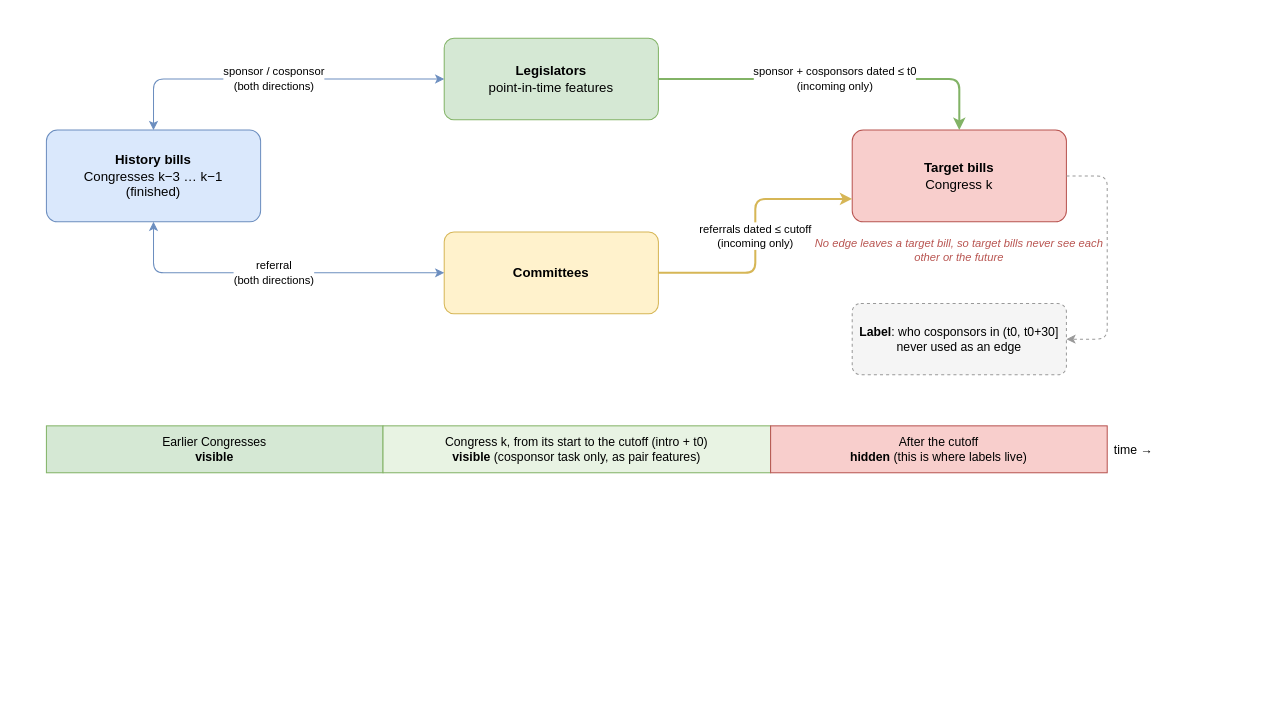
Before: docs/figures/fig_leakfree_graph.drawio in AlexRivas502/cs224w-bill-cosponsor-prediction, a draw.io diagram. Source tidied: cells renumbered, new cells numbered last; positions are measured from the earlier drawing's top-left corner, leaving out a move shared by most shapes. Both pictures are drawn from the tidied source at 102%, with x=0, y=0 at pixel (46, 38).
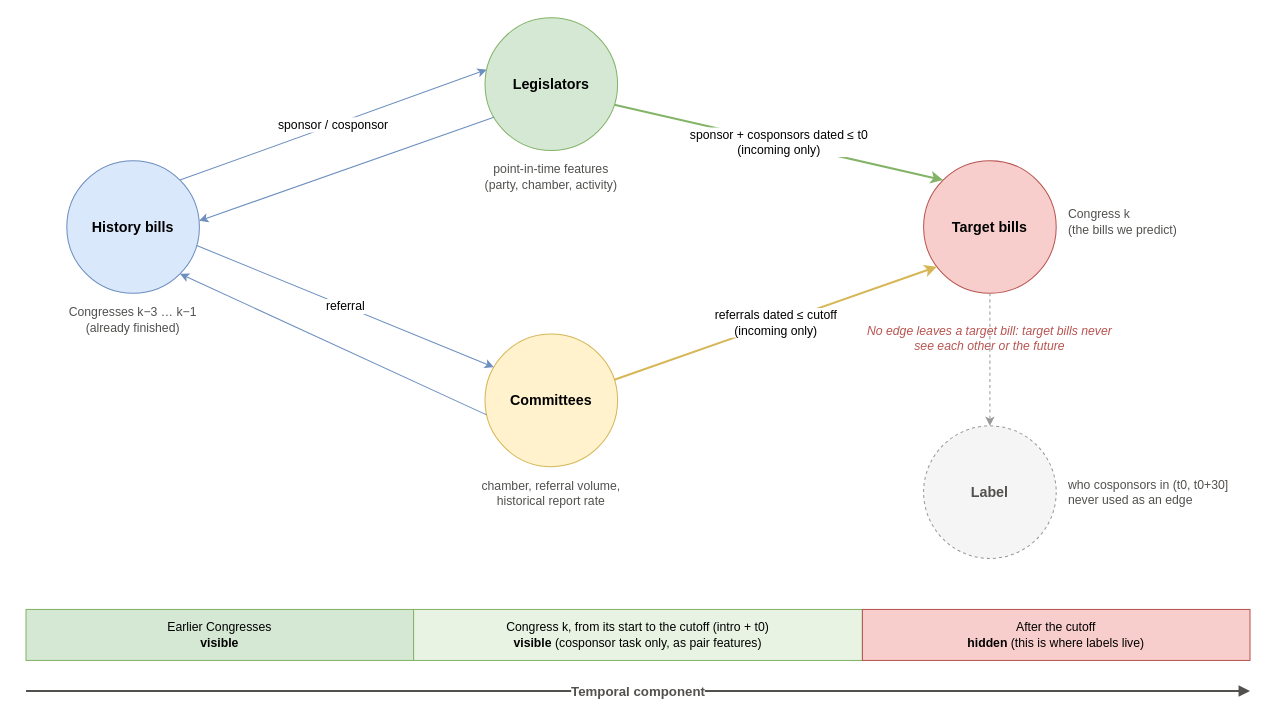
Above is the later version.

Change to the diagram source:
```diff
@@
-    <mxCell id="2" value="&lt;b&gt;History bills&lt;/b&gt;&lt;br&gt;Congresses k−3 … k−1&lt;br&gt;(finished)" style="rounded=1;whiteSpace=wrap;html=1;fontSize=13;arcSize=12;fillColor=#dae8fc;strokeColor=#6c8ebf;" parent="1" vertex="1">
-      <mxGeometry y="90" width="210" height="90" as="geometry" />
+    <mxCell id="2" value="History bills" style="ellipse;whiteSpace=wrap;html=1;fontSize=14;fontStyle=1;fillColor=#dae8fc;strokeColor=#6c8ebf;" parent="1" vertex="1">
+      <mxGeometry x="20" y="120" width="130" height="130" as="geometry" />
     </mxCell>
+    <mxCell id="17" value="Congresses k−3 … k−1&lt;br&gt;(already finished)" style="text;html=1;whiteSpace=wrap;align=center;verticalAlign=middle;fontSize=12;fontColor=#52514e;" parent="1" vertex="1">
+      <mxGeometry x="-10" y="256" width="190" height="40" as="geometry" />
+    </mxCell>
-    <mxCell id="3" value="&lt;b&gt;Legislators&lt;/b&gt;&lt;br&gt;point-in-time features" style="rounded=1;whiteSpace=wrap;html=1;fontSize=13;arcSize=12;fillColor=#d5e8d4;strokeColor=#82b366;" parent="1" vertex="1">
-      <mxGeometry x="390" width="210" height="80" as="geometry" />
+    <mxCell id="3" value="Legislators" style="ellipse;whiteSpace=wrap;html=1;fontSize=14;fontStyle=1;fillColor=#d5e8d4;strokeColor=#82b366;" parent="1" vertex="1">
+      <mxGeometry x="430" y="-20" width="130" height="130" as="geometry" />
     </mxCell>
+    <mxCell id="18" value="point-in-time features&lt;br&gt;(party, chamber, activity)" style="text;html=1;whiteSpace=wrap;align=center;verticalAlign=middle;fontSize=12;fontColor=#52514e;" parent="1" vertex="1">
+      <mxGeometry x="400" y="116" width="190" height="40" as="geometry" />
+    </mxCell>
-    <mxCell id="4" value="&lt;b&gt;Committees&lt;/b&gt;" style="rounded=1;whiteSpace=wrap;html=1;fontSize=13;arcSize=12;fillColor=#fff2cc;strokeColor=#d6b656;" parent="1" vertex="1">
-      <mxGeometry x="390" y="190" width="210" height="80" as="geometry" />
+    <mxCell id="4" value="Committees" style="ellipse;whiteSpace=wrap;html=1;fontSize=14;fontStyle=1;fillColor=#fff2cc;strokeColor=#d6b656;" parent="1" vertex="1">
+      <mxGeometry x="430" y="290" width="130" height="130" as="geometry" />
     </mxCell>
+    <mxCell id="19" value="chamber, referral volume,&lt;br&gt;historical report rate" style="text;html=1;whiteSpace=wrap;align=center;verticalAlign=middle;fontSize=12;fontColor=#52514e;" parent="1" vertex="1">
+      <mxGeometry x="400" y="426" width="190" height="40" as="geometry" />
+    </mxCell>
-    <mxCell id="5" value="&lt;b&gt;Target bills&lt;/b&gt;&lt;br&gt;Congress k" style="rounded=1;whiteSpace=wrap;html=1;fontSize=13;arcSize=12;fillColor=#f8cecc;strokeColor=#b85450;" parent="1" vertex="1">
-      <mxGeometry x="790" y="90" width="210" height="90" as="geometry" />
+    <mxCell id="5" value="Target bills" style="ellipse;whiteSpace=wrap;html=1;fontSize=14;fontStyle=1;fillColor=#f8cecc;strokeColor=#b85450;" parent="1" vertex="1">
+      <mxGeometry x="860" y="120" width="130" height="130" as="geometry" />
     </mxCell>
-    <mxCell id="6" value="&lt;b&gt;Label&lt;/b&gt;: who cosponsors in (t0, t0+30]&lt;br&gt;never used as an edge" style="rounded=1;whiteSpace=wrap;html=1;fontSize=13;arcSize=12;fillColor=#f5f5f5;strokeColor=#999999;dashed=1;fontSize=12;" parent="1" vertex="1">
-      <mxGeometry x="790" y="260" width="210" height="70" as="geometry" />
-    </mxCell>
-    <mxCell id="7" value="No edge leaves a target bill, so target bills never see each other or the future" style="text;html=1;whiteSpace=wrap;align=center;verticalAlign=middle;fontSize=11;fontColor=#b85450;fontStyle=2;" parent="1" vertex="1">
-      <mxGeometry x="750" y="188" width="290" height="40" as="geometry" />
-    </mxCell>
+    <mxCell id="20" value="Congress k&lt;br&gt;(the bills we predict)" style="text;html=1;whiteSpace=wrap;align=center;verticalAlign=middle;fontSize=12;fontColor=#52514e;align=left;" parent="1" vertex="1">
+      <mxGeometry x="1000" y="160" width="170" height="40" as="geometry" />
+    </mxCell>
+    <mxCell id="21" value="Label" style="ellipse;whiteSpace=wrap;html=1;fontSize=14;fontStyle=1;fillColor=#f5f5f5;strokeColor=#999999;dashed=1;fontColor=#52514e;" parent="1" vertex="1">
+      <mxGeometry x="860" y="380" width="130" height="130" as="geometry" />
+    </mxCell>
+    <mxCell id="22" value="who cosponsors in (t0, t0+30]&lt;br&gt;never used as an edge" style="text;html=1;whiteSpace=wrap;align=center;verticalAlign=middle;fontSize=12;fontColor=#52514e;align=left;" parent="1" vertex="1">
+      <mxGeometry x="1000" y="425" width="200" height="40" as="geometry" />
+    </mxCell>
+    <mxCell id="23" value="No edge leaves a target bill: target bills never see each other or the future" style="text;html=1;whiteSpace=wrap;align=center;verticalAlign=middle;fontSize=12;fontColor=#52514e;fontColor=#b85450;fontStyle=2;" parent="1" vertex="1">
+      <mxGeometry x="800" y="272" width="250" height="44" as="geometry" />
+    </mxCell>
-    <mxCell id="8" value="sponsor / cosponsor&lt;br&gt;(both directions)" style="edgeStyle=orthogonalEdgeStyle;rounded=1;jettySize=auto;html=1;labelBackgroundColor=#ffffff;fontSize=11;startArrow=classic;endArrow=classic;strokeColor=#6c8ebf;exitX=0.5;exitY=0;entryX=0;entryY=0.5;" parent="1" edge="1" source="2" target="3">
+    <mxCell id="8" value="sponsor / cosponsor" style="endArrow=classic;html=1;rounded=0;labelBackgroundColor=#ffffff;fontSize=12;exitX=0.85;exitY=0.15;exitDx=0;exitDy=0;entryX=0.05;entryY=0.4;entryDx=0;entryDy=0;strokeColor=#6c8ebf;" parent="1" edge="1" source="2" target="3">
       <mxGeometry relative="1" as="geometry" />
     </mxCell>
-    <mxCell id="9" value="referral&lt;br&gt;(both directions)" style="edgeStyle=orthogonalEdgeStyle;rounded=1;jettySize=auto;html=1;labelBackgroundColor=#ffffff;fontSize=11;startArrow=classic;endArrow=classic;strokeColor=#6c8ebf;exitX=0.5;exitY=1;entryX=0;entryY=0.5;" parent="1" edge="1" source="2" target="4">
+    <mxCell id="9" style="endArrow=classic;html=1;rounded=0;labelBackgroundColor=#ffffff;fontSize=12;exitX=0.15;exitY=0.7;exitDx=0;exitDy=0;entryX=1.0;entryY=0.45;entryDx=0;entryDy=0;strokeColor=#6c8ebf;" parent="1" edge="1" source="3" target="2">
       <mxGeometry relative="1" as="geometry" />
     </mxCell>
-    <mxCell id="10" value="sponsor + cosponsors dated ≤ t0&lt;br&gt;(incoming only)" style="edgeStyle=orthogonalEdgeStyle;rounded=1;jettySize=auto;html=1;labelBackgroundColor=#ffffff;fontSize=11;endArrow=classic;strokeColor=#82b366;strokeWidth=2;exitX=1;exitY=0.5;entryX=0.5;entryY=0;" parent="1" edge="1" source="3" target="5">
+    <mxCell id="10" value="referral" style="endArrow=classic;html=1;rounded=0;labelBackgroundColor=#ffffff;fontSize=12;exitX=1.0;exitY=0.65;exitDx=0;exitDy=0;entryX=0.15;entryY=0.3;entryDx=0;entryDy=0;strokeColor=#6c8ebf;" parent="1" edge="1" source="2" target="4">
       <mxGeometry relative="1" as="geometry" />
     </mxCell>
-    <mxCell id="11" value="referrals dated ≤ cutoff&lt;br&gt;(incoming only)" style="edgeStyle=orthogonalEdgeStyle;rounded=1;jettySize=auto;html=1;labelBackgroundColor=#ffffff;fontSize=11;endArrow=classic;strokeColor=#d6b656;strokeWidth=2;exitX=1;exitY=0.5;entryX=0;entryY=0.75;" parent="1" edge="1" source="4" target="5">
+    <mxCell id="11" style="endArrow=classic;html=1;rounded=0;labelBackgroundColor=#ffffff;fontSize=12;exitX=0.05;exitY=0.6;exitDx=0;exitDy=0;entryX=0.85;entryY=0.85;entryDx=0;entryDy=0;strokeColor=#6c8ebf;" parent="1" edge="1" source="4" target="2">
       <mxGeometry relative="1" as="geometry" />
     </mxCell>
-    <mxCell id="12" style="edgeStyle=orthogonalEdgeStyle;rounded=1;jettySize=auto;html=1;labelBackgroundColor=#ffffff;fontSize=11;endArrow=classic;dashed=1;strokeColor=#999999;exitX=1;exitY=0.5;entryX=1;entryY=0.5;" parent="1" edge="1" source="5" target="6">
-      <mxGeometry relative="1" as="geometry">
-        <Array as="points">
-          <mxPoint x="1040" y="135" />
-          <mxPoint x="1040" y="295" />
-        </Array>
-      </mxGeometry>
+    <mxCell id="12" value="sponsor + cosponsors dated ≤ t0&lt;br&gt;(incoming only)" style="endArrow=classic;html=1;rounded=0;labelBackgroundColor=#ffffff;fontSize=12;exitX=0.95;exitY=0.65;exitDx=0;exitDy=0;entryX=0.15;entryY=0.15;entryDx=0;entryDy=0;strokeColor=#82b366;strokeWidth=2;" parent="1" edge="1" source="3" target="5">
+      <mxGeometry relative="1" as="geometry" />
     </mxCell>
+    <mxCell id="24" value="referrals dated ≤ cutoff&lt;br&gt;(incoming only)" style="endArrow=classic;html=1;rounded=0;labelBackgroundColor=#ffffff;fontSize=12;exitX=0.95;exitY=0.35;exitDx=0;exitDy=0;entryX=0.1;entryY=0.8;entryDx=0;entryDy=0;strokeColor=#d6b656;strokeWidth=2;" parent="1" edge="1" source="4" target="5">
+      <mxGeometry relative="1" as="geometry" />
+    </mxCell>
+    <mxCell id="25" style="endArrow=classic;html=1;rounded=0;labelBackgroundColor=#ffffff;fontSize=12;exitX=0.5;exitY=1.0;exitDx=0;exitDy=0;entryX=0.5;entryY=0.0;entryDx=0;entryDy=0;strokeColor=#999999;dashed=1;" parent="1" edge="1" source="5" target="21">
+      <mxGeometry relative="1" as="geometry" />
+    </mxCell>
     <mxCell id="13" value="Earlier Congresses&lt;br&gt;&lt;b&gt;visible&lt;/b&gt;" style="rounded=0;whiteSpace=wrap;html=1;fontSize=12;fillColor=#d5e8d4;strokeColor=#82b366;" parent="1" vertex="1">
-      <mxGeometry y="380" width="330" height="46" as="geometry" />
+      <mxGeometry x="-20" y="560" width="380" height="50" as="geometry" />
     </mxCell>
     <mxCell id="14" value="Congress k, from its start to the cutoff (intro + t0)&lt;br&gt;&lt;b&gt;visible&lt;/b&gt; (cosponsor task only, as pair features)" style="rounded=0;whiteSpace=wrap;html=1;fontSize=12;fillColor=#e8f3e3;strokeColor=#82b366;" parent="1" vertex="1">
-      <mxGeometry x="330" y="380" width="380" height="46" as="geometry" />
+      <mxGeometry x="360" y="560" width="440" height="50" as="geometry" />
     </mxCell>
     <mxCell id="15" value="After the cutoff&lt;br&gt;&lt;b&gt;hidden&lt;/b&gt; (this is where labels live)" style="rounded=0;whiteSpace=wrap;html=1;fontSize=12;fillColor=#f8cecc;strokeColor=#b85450;" parent="1" vertex="1">
-      <mxGeometry x="710" y="380" width="330" height="46" as="geometry" />
+      <mxGeometry x="800" y="560" width="380" height="50" as="geometry" />
     </mxCell>
-    <mxCell id="16" value="time →" style="text;html=1;whiteSpace=wrap;align=center;verticalAlign=middle;fontSize=11;fontSize=12;align=left;" parent="1" vertex="1">
-      <mxGeometry x="1045" y="392" width="60" height="24" as="geometry" />
-    </mxCell>
+    <mxCell id="26" value="Temporal component" style="endArrow=block;endFill=1;html=1;strokeWidth=2;strokeColor=#52514e;fontSize=13;fontStyle=1;fontColor=#52514e;labelBackgroundColor=#ffffff;" parent="1" edge="1">
+      <mxGeometry relative="1" as="geometry">
+        <mxPoint x="-20" y="640" as="sourcePoint" />
+        <mxPoint x="1180" y="640" as="targetPoint" />
+      </mxGeometry>
+    </mxCell>
```
